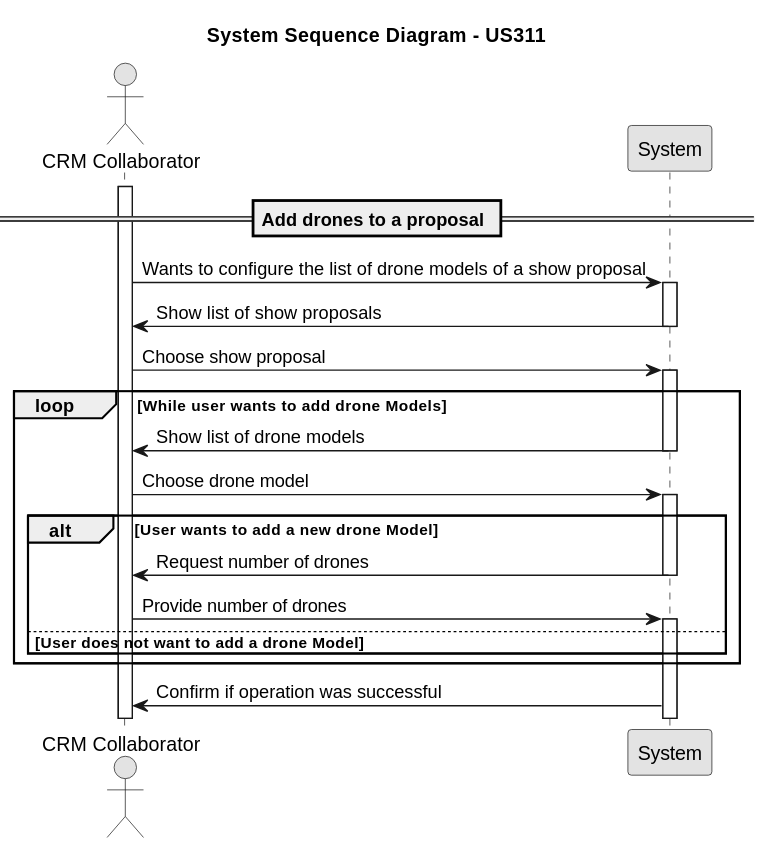
Earlier version of the PlantUML export docs/Sprint3/us_311/images/system-sequence-diagram-US311.svg (rubenFreitas1/ISEP-LAPR4-2024-2025).
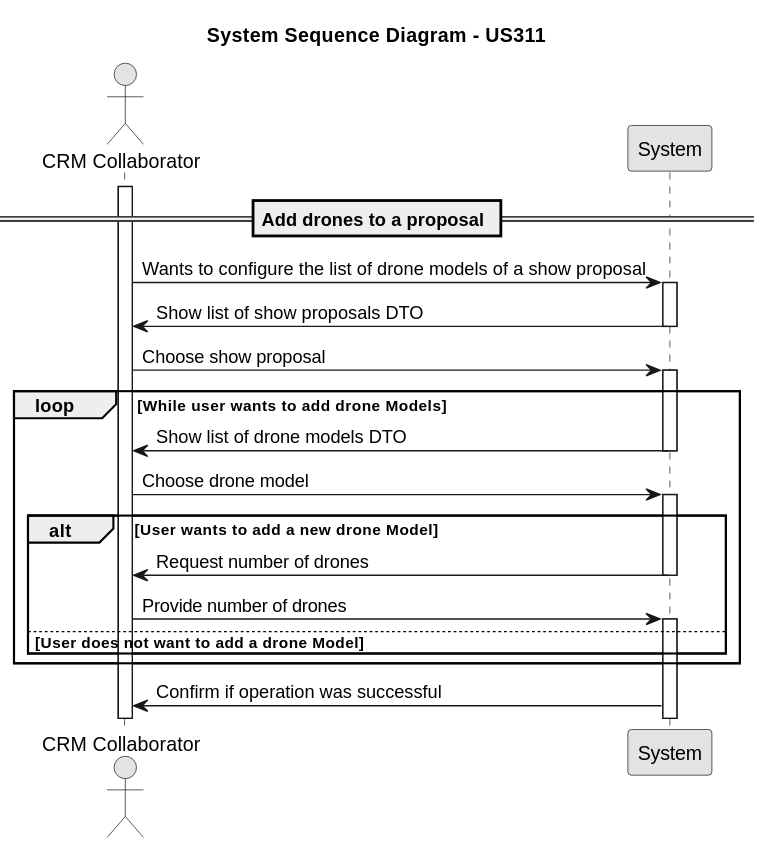
Above is the later version.

Diff of the diagram source:
```diff
@@ -14,7 +14,7 @@
 crmCollaborator -> system : Wants to configure the list of drone models of a show proposal
 activate system
 
-system -> crmCollaborator : Show list of show proposals
+system -> crmCollaborator : Show list of show proposals DTO
 deactivate system
 crmCollaborator -> system : Choose show proposal
 
@@ -22,7 +22,7 @@
 
 loop While user wants to add drone Models
 
-system -> crmCollaborator : Show list of drone models
+system -> crmCollaborator : Show list of drone models DTO
 deactivate system
 
 crmCollaborator -> system : Choose drone model
```
